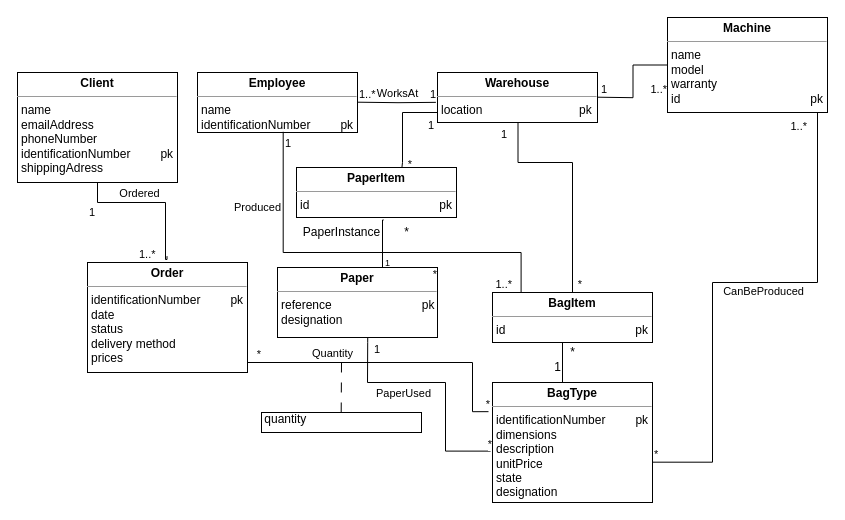
Earlier version of the draw.io diagram factory.drawio (asilva1604/BD-PROJ-23-24). Source tidied: cells renumbered, new cells numbered last; positions are measured from the earlier drawing's top-left corner, leaving out a move shared by most shapes. Both pictures are drawn from the tidied source at 100%, with x=0, y=0 at pixel (17, 17).
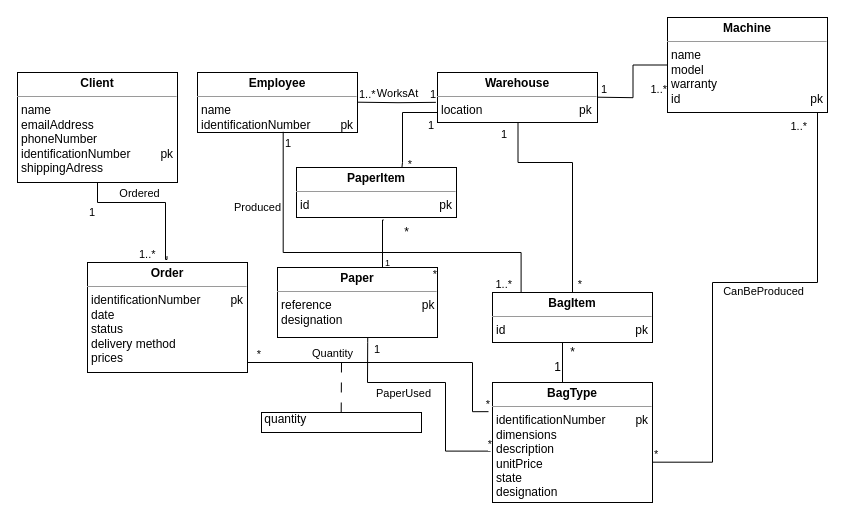
After the change.

Change to the diagram source:
```diff
@@
-    <mxCell id="53" value="PaperInstance" style="text;html=1;align=center;verticalAlign=middle;strokeColor=none;fillColor=none;" parent="1" vertex="1">
-      <mxGeometry x="274" y="200" width="100" height="30" as="geometry" />
-    </mxCell>
```
